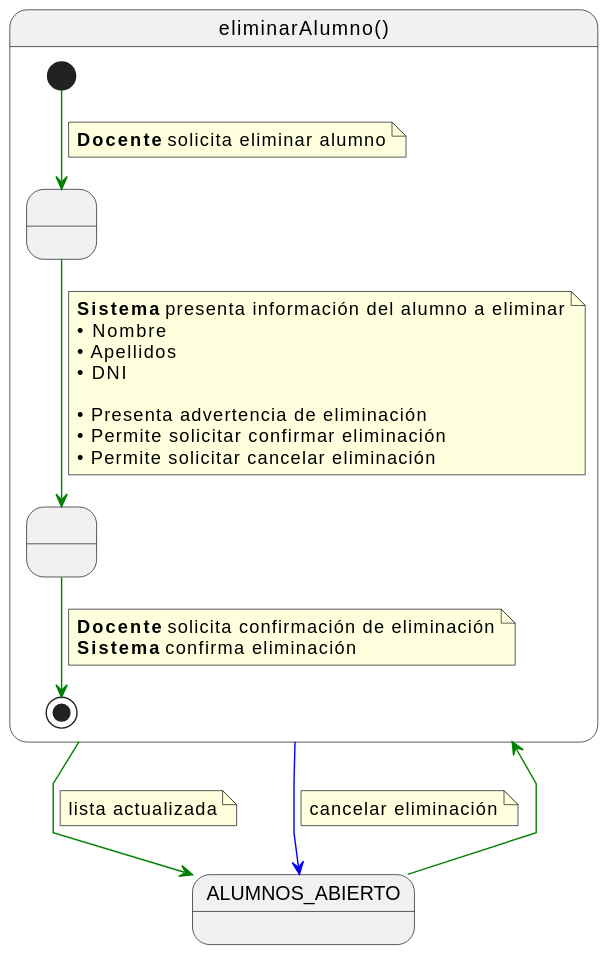
martinlopez7/25-26-IdSw1-SdR keeps this PlantUML diagram as documents/casos-de-uso/detalladoCasosDeUso/eliminarAlumno/eliminarAlumno.svg. Above is the earlier version.
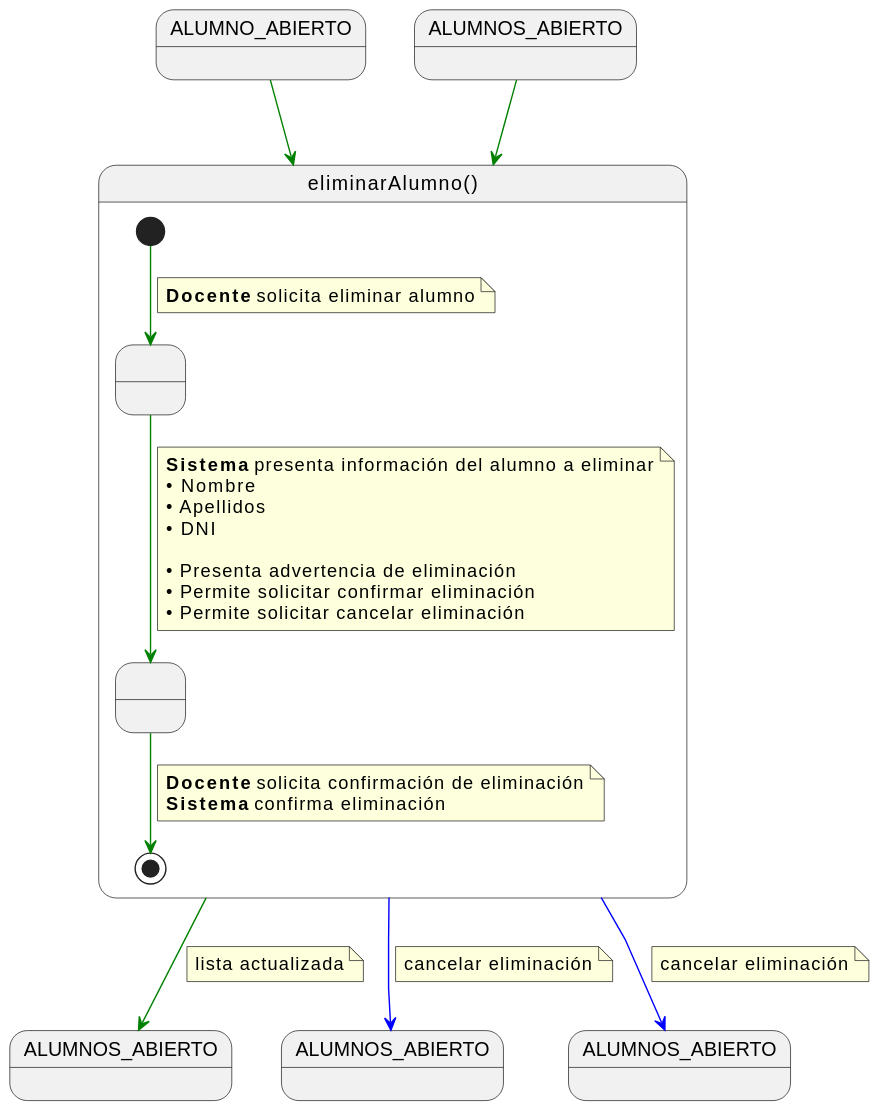
The same file after the commit.

What changed in the source:
```diff
@@ -1,5 +1,10 @@
 @startuml
 skinparam linetype polyline
+
+state ALUMNO_ABIERTO
+state ALUMNOS_ABIERTO2 as "ALUMNOS_ABIERTO"
+state ALUMNOS_ABIERTO3 as "ALUMNOS_ABIERTO"
+state ALUMNOS_ABIERTO4 as "ALUMNOS_ABIERTO"
 
 state eliminarAlumno as "eliminarAlumno()" {
 
@@ -31,13 +36,19 @@
 }
 
 ALUMNOS_ABIERTO -[#green]-> eliminarAlumno
+ALUMNO_ABIERTO -[#green]-> eliminarAlumno
 
-eliminarAlumno -[#green]-> ALUMNOS_ABIERTO
+eliminarAlumno -[#green]-> ALUMNOS_ABIERTO2
 note on link
 lista actualizada
 end note
 
-eliminarAlumno -[#blue]-> ALUMNOS_ABIERTO
+eliminarAlumno -[#blue]-> ALUMNOS_ABIERTO3
+note on link
+cancelar eliminación
+end note
+
+eliminarAlumno -[#blue]-> ALUMNOS_ABIERTO4
 note on link
 cancelar eliminación
 end note
```
